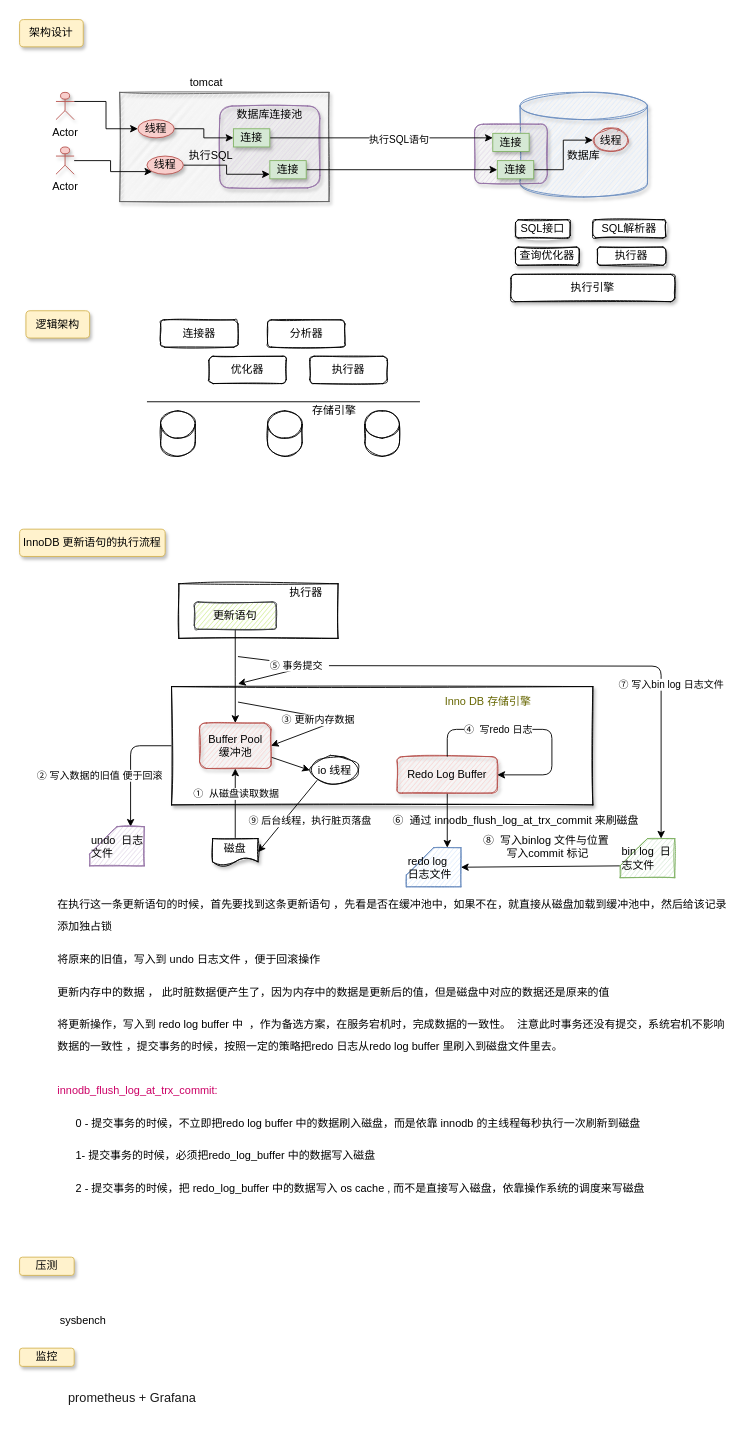
topyuluo/photo-project keeps this draw.io diagram as page "架构设计" (1 of 6) of mysql 实战优化 .drawio. Above is the earlier version. Source tidied: cells renumbered, new cells numbered last; positions are measured from the earlier drawing's top-left corner, leaving out a move shared by most shapes. Both pictures are drawn from the tidied source at 91%, with x=0, y=0 at pixel (19, 19).
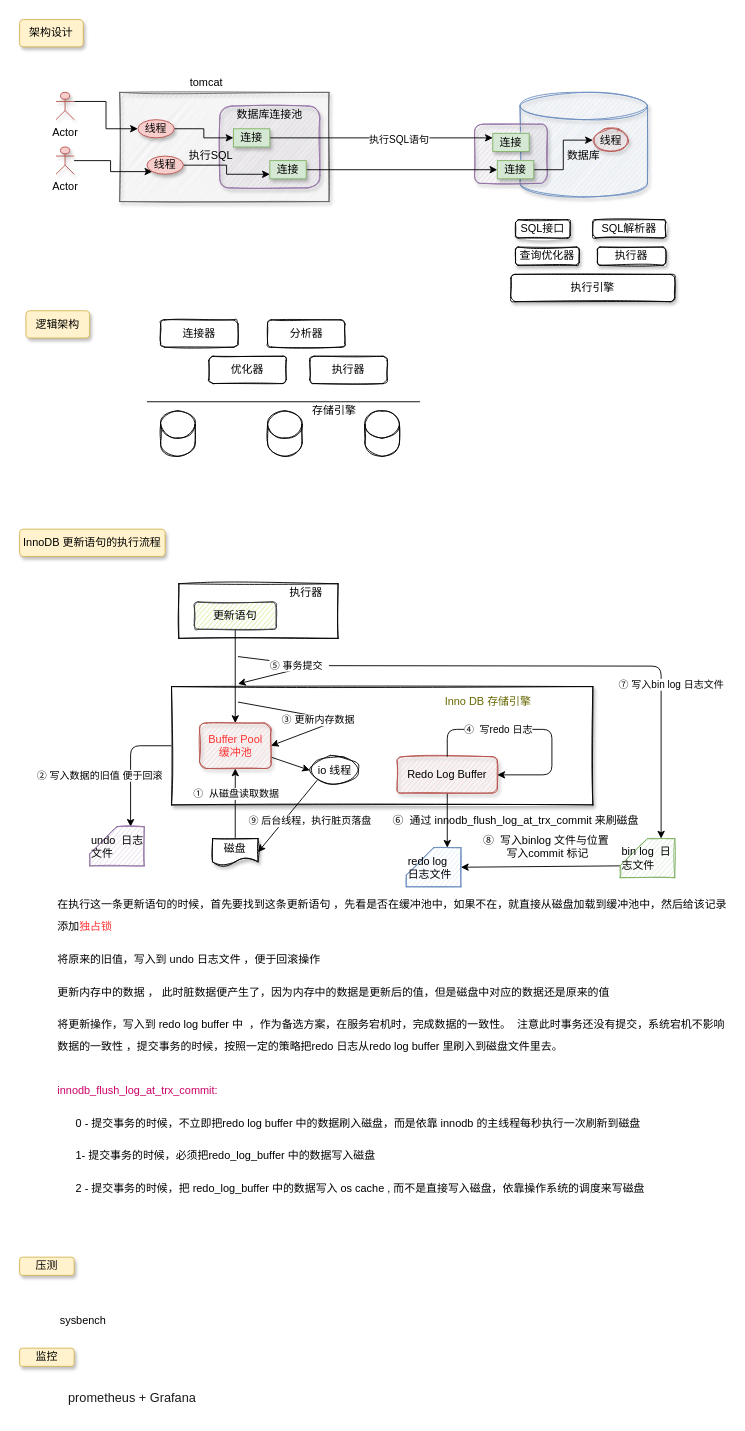
The same diagram, later.

Commit message:
更新mysql 实战优化 .drawio

Diff of the diagram source:
```diff
@@
-    <mxCell id="38" value="Buffer Pool&lt;br&gt;缓冲池" style="rounded=1;whiteSpace=wrap;html=1;shadow=1;sketch=1;fillColor=#f8cecc;strokeColor=#b85450;" parent="1" vertex="1">
+    <mxCell id="38" value="&lt;font color=&quot;#ff3333&quot;&gt;Buffer Pool&lt;br&gt;缓冲池&lt;/font&gt;" style="rounded=1;whiteSpace=wrap;html=1;shadow=1;sketch=1;fillColor=#f8cecc;strokeColor=#b85450;" parent="1" vertex="1">
       <mxGeometry x="197.8" y="773" width="78.5" height="50" as="geometry" />
     </mxCell>
@@
-    <mxCell id="42" value="&lt;p style=&quot;line-height: 200%&quot;&gt;在执行这一条更新语句的时候，首先要找到这条更新语句 ，先看是否在缓冲池中，如果不在，就直接从磁盘加载到缓冲池中，然后给该记录添加独占锁&lt;/p&gt;&lt;p style=&quot;line-height: 200%&quot;&gt;将原来的旧值，写入到 undo 日志文件 ，便于回滚操作&lt;/p&gt;&lt;p style=&quot;line-height: 200%&quot;&gt;更新内存中的数据 ， 此时脏数据便产生了，因为内存中的数据是更新后的值，但是磁盘中对应的数据还是原来的值&lt;/p&gt;&lt;p style=&quot;line-height: 200%&quot;&gt;将更新操作，写入到 redo log buffer 中&amp;nbsp; ，作为备选方案，在服务宕机时，完成数据的一致性。&amp;nbsp; 注意此时事务还没有提交，系统宕机不影响数据的一致性 ，提交事务的时候，按照一定的策略把redo 日志从redo log buffer 里刷入到磁盘文件里去。&lt;/p&gt;" style="text;html=1;strokeColor=none;fillColor=none;align=left;verticalAlign=middle;whiteSpace=wrap;rounded=0;shadow=0;sketch=0;" parent="1" vertex="1">
+    <mxCell id="42" value="&lt;p style=&quot;line-height: 200%&quot;&gt;在执行这一条更新语句的时候，首先要找到这条更新语句 ，先看是否在缓冲池中，如果不在，就直接从磁盘加载到缓冲池中，然后给该记录添加&lt;font color=&quot;#ff3333&quot;&gt;独占锁&lt;/font&gt;&lt;/p&gt;&lt;p style=&quot;line-height: 200%&quot;&gt;将原来的旧值，写入到 undo 日志文件 ，便于回滚操作&lt;/p&gt;&lt;p style=&quot;line-height: 200%&quot;&gt;更新内存中的数据 ， 此时脏数据便产生了，因为内存中的数据是更新后的值，但是磁盘中对应的数据还是原来的值&lt;/p&gt;&lt;p style=&quot;line-height: 200%&quot;&gt;将更新操作，写入到 redo log buffer 中&amp;nbsp; ，作为备选方案，在服务宕机时，完成数据的一致性。&amp;nbsp; 注意此时事务还没有提交，系统宕机不影响数据的一致性 ，提交事务的时候，按照一定的策略把redo 日志从redo log buffer 里刷入到磁盘文件里去。&lt;/p&gt;" style="text;html=1;strokeColor=none;fillColor=none;align=left;verticalAlign=middle;whiteSpace=wrap;rounded=0;shadow=0;sketch=0;" parent="1" vertex="1">
       <mxGeometry x="40" y="960" width="740" height="180" as="geometry" />
     </mxCell>
```
